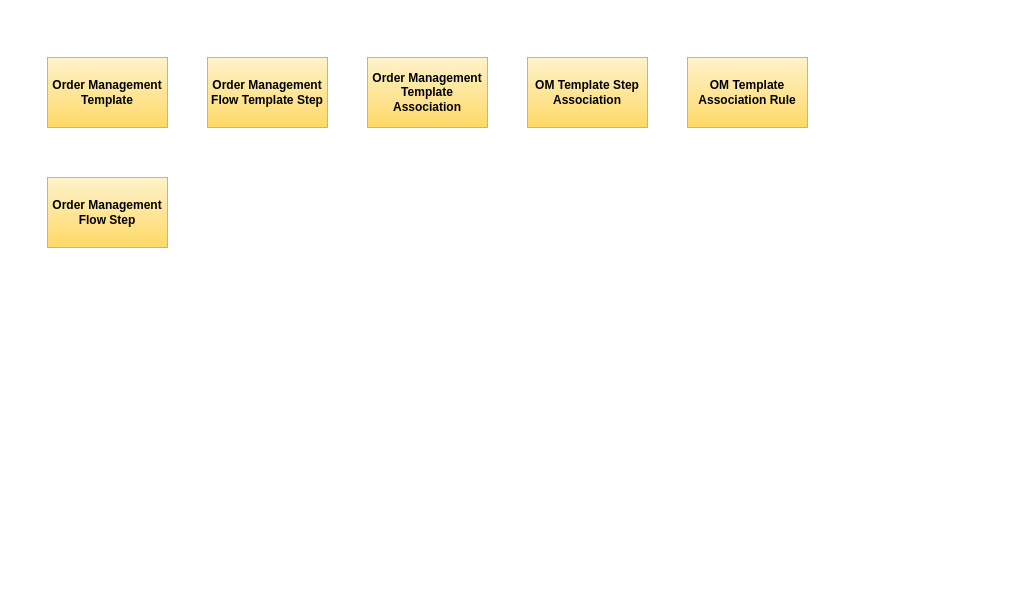
Before: AOP_DM.drawio in Maxxpower/aop_diagrams, a draw.io diagram. Source tidied: cells renumbered, new cells numbered last; positions are measured from the earlier drawing's top-left corner, leaving out a move shared by most shapes. Both pictures are drawn from the tidied source at 100%, with x=0, y=0 at pixel (47, 57).
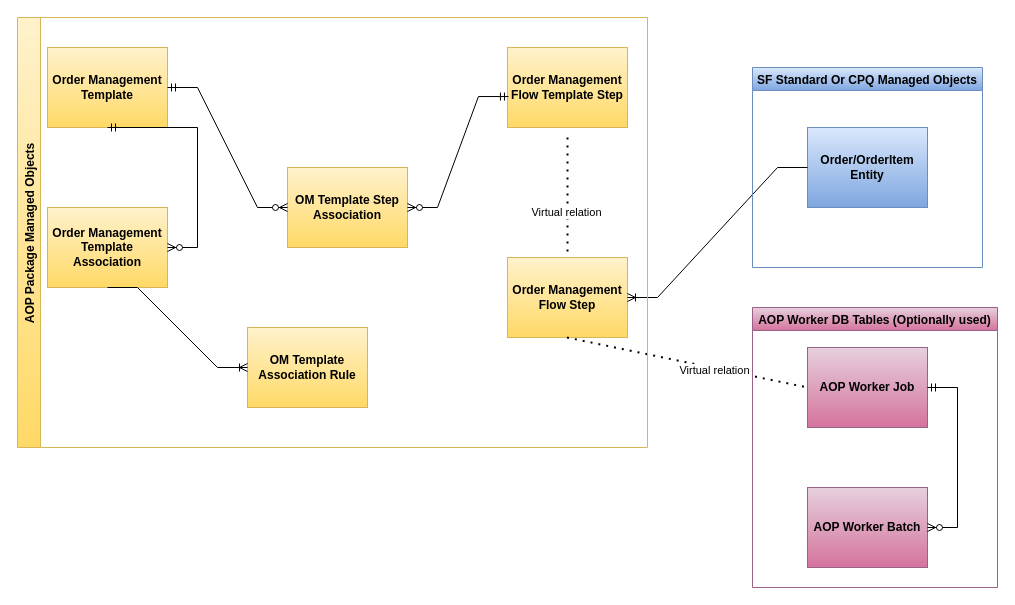
Above is the later version.

Change to the diagram source:
```diff
@@
     <mxCell id="2" value="Order Management Template" style="whiteSpace=wrap;html=1;align=center;fillColor=#fff2cc;gradientColor=#ffd966;strokeColor=#d6b656;fontStyle=1;" parent="1" vertex="1">
-      <mxGeometry width="120" height="70" as="geometry" />
+      <mxGeometry y="-10" width="120" height="80" as="geometry" />
     </mxCell>
     <mxCell id="3" value="Order Management Template Association" style="whiteSpace=wrap;html=1;align=center;fillColor=#fff2cc;gradientColor=#ffd966;strokeColor=#d6b656;fontStyle=1;" parent="1" vertex="1">
-      <mxGeometry x="320" width="120" height="70" as="geometry" />
+      <mxGeometry y="150" width="120" height="80" as="geometry" />
     </mxCell>
     <mxCell id="4" value="OM Template Step Association" style="whiteSpace=wrap;html=1;align=center;fillColor=#fff2cc;gradientColor=#ffd966;strokeColor=#d6b656;fontStyle=1;" parent="1" vertex="1">
-      <mxGeometry x="480" width="120" height="70" as="geometry" />
+      <mxGeometry x="240" y="110" width="120" height="80" as="geometry" />
     </mxCell>
     <mxCell id="5" value="OM Template Association Rule" style="whiteSpace=wrap;html=1;align=center;fillColor=#fff2cc;gradientColor=#ffd966;strokeColor=#d6b656;fontStyle=1;" parent="1" vertex="1">
-      <mxGeometry x="640" width="120" height="70" as="geometry" />
+      <mxGeometry x="200" y="270" width="120" height="80" as="geometry" />
     </mxCell>
     <mxCell id="6" value="Order Management Flow Step" style="whiteSpace=wrap;html=1;align=center;fillColor=#fff2cc;gradientColor=#ffd966;strokeColor=#d6b656;fontStyle=1;" parent="1" vertex="1">
-      <mxGeometry y="120" width="120" height="70" as="geometry" />
+      <mxGeometry x="460" y="200" width="120" height="80" as="geometry" />
     </mxCell>
     <mxCell id="7" value="Order Management Flow Template Step" style="whiteSpace=wrap;html=1;align=center;fillColor=#fff2cc;gradientColor=#ffd966;strokeColor=#d6b656;fontStyle=1;" parent="1" vertex="1">
-      <mxGeometry x="160" width="120" height="70" as="geometry" />
+      <mxGeometry x="460" y="-10" width="120" height="80" as="geometry" />
     </mxCell>
+    <mxCell id="8" style="edgeStyle=entityRelationEdgeStyle;fontSize=12;html=1;endArrow=ERzeroToMany;startArrow=ERmandOne;rounded=0;exitX=0.5;exitY=1;exitDx=0;exitDy=0;" parent="1" edge="1" source="2" target="3">
+      <mxGeometry relative="1" as="geometry" />
+    </mxCell>
+    <mxCell id="9" style="edgeStyle=entityRelationEdgeStyle;fontSize=12;html=1;endArrow=ERoneToMany;rounded=0;entryX=0;entryY=0.5;entryDx=0;entryDy=0;exitX=0.5;exitY=1;exitDx=0;exitDy=0;" parent="1" edge="1" source="3" target="5">
+      <mxGeometry relative="1" as="geometry" />
+    </mxCell>
+    <mxCell id="10" style="edgeStyle=entityRelationEdgeStyle;fontSize=12;html=1;endArrow=ERzeroToMany;startArrow=ERmandOne;rounded=0;exitX=1;exitY=0.5;exitDx=0;exitDy=0;entryX=0;entryY=0.5;entryDx=0;entryDy=0;" parent="1" edge="1" source="2" target="4">
+      <mxGeometry relative="1" as="geometry" />
+    </mxCell>
+    <mxCell id="11" style="edgeStyle=entityRelationEdgeStyle;fontSize=12;html=1;endArrow=ERzeroToMany;startArrow=ERmandOne;rounded=0;exitX=0.008;exitY=0.613;exitDx=0;exitDy=0;exitPerimeter=0;entryX=1;entryY=0.5;entryDx=0;entryDy=0;" parent="1" edge="1" source="7" target="4">
+      <mxGeometry relative="1" as="geometry" />
+    </mxCell>
+    <mxCell id="12" style="endArrow=none;dashed=1;html=1;dashPattern=1 3;strokeWidth=2;rounded=0;entryX=0.5;entryY=0;entryDx=0;entryDy=0;" parent="1" edge="1" target="6">
+      <mxGeometry relative="1" as="geometry">
+        <mxPoint x="520" y="80" as="sourcePoint" />
+      </mxGeometry>
+    </mxCell>
+    <mxCell id="13" value="Virtual relation" style="edgeLabel;html=1;align=center;verticalAlign=middle;" parent="12" vertex="1">
+      <mxGeometry x="0.23" y="-2" relative="1" as="geometry" />
+    </mxCell>
+    <mxCell id="14" value="Order/OrderItem Entity" style="whiteSpace=wrap;html=1;align=center;fillColor=#dae8fc;gradientColor=#7ea6e0;strokeColor=#6c8ebf;fontStyle=1;" parent="1" vertex="1">
+      <mxGeometry x="760" y="70" width="120" height="80" as="geometry" />
+    </mxCell>
+    <mxCell id="15" style="edgeStyle=entityRelationEdgeStyle;fontSize=12;html=1;endArrow=ERoneToMany;rounded=0;entryX=1;entryY=0.5;entryDx=0;entryDy=0;exitX=0;exitY=0.5;exitDx=0;exitDy=0;" parent="1" edge="1" source="14" target="6">
+      <mxGeometry relative="1" as="geometry" />
+    </mxCell>
+    <mxCell id="16" style="endArrow=none;dashed=1;html=1;dashPattern=1 3;strokeWidth=2;rounded=0;entryX=0;entryY=0.5;entryDx=0;entryDy=0;" parent="1" edge="1" target="20">
+      <mxGeometry relative="1" as="geometry">
+        <mxPoint x="519.5" y="280" as="sourcePoint" />
+      </mxGeometry>
+    </mxCell>
+    <mxCell id="17" value="Virtual relation" style="edgeLabel;html=1;align=center;verticalAlign=middle;" parent="16" vertex="1">
+      <mxGeometry x="0.23" y="-2" relative="1" as="geometry" />
+    </mxCell>
+    <mxCell id="18" value="AOP Package Managed Objects" style="swimlane;horizontal=0;fillColor=#fff2cc;gradientColor=#ffd966;strokeColor=#d6b656;" parent="1" vertex="1">
+      <mxGeometry x="-30" y="-40" width="630" height="430" as="geometry" />
+    </mxCell>
+    <mxCell id="19" style="group;" parent="1" vertex="1">
+      <mxGeometry x="760" y="290" width="120" height="220" as="geometry" />
+    </mxCell>
+    <mxCell id="20" value="AOP Worker Job" style="whiteSpace=wrap;html=1;align=center;fontStyle=1;fillColor=#e6d0de;gradientColor=#d5739d;strokeColor=#996185;" parent="19" vertex="1">
+      <mxGeometry width="120" height="80" as="geometry" />
+    </mxCell>
+    <mxCell id="21" value="AOP Worker Batch" style="whiteSpace=wrap;html=1;align=center;fontStyle=1;fillColor=#e6d0de;gradientColor=#d5739d;strokeColor=#996185;" parent="19" vertex="1">
+      <mxGeometry y="140" width="120" height="80" as="geometry" />
+    </mxCell>
+    <mxCell id="22" style="edgeStyle=entityRelationEdgeStyle;fontSize=12;html=1;endArrow=ERzeroToMany;startArrow=ERmandOne;rounded=0;exitX=1;exitY=0.5;exitDx=0;exitDy=0;" parent="19" edge="1" source="20" target="21">
+      <mxGeometry relative="1" as="geometry" />
+    </mxCell>
+    <mxCell id="23" value="SF Standard Or CPQ Managed Objects" style="swimlane;startSize=23;fillColor=#dae8fc;gradientColor=#7ea6e0;strokeColor=#6c8ebf;" parent="1" vertex="1">
+      <mxGeometry x="705" y="10" width="230" height="200" as="geometry" />
+    </mxCell>
+    <mxCell id="24" value="AOP Worker DB Tables (Optionally used)" style="swimlane;fillColor=#e6d0de;gradientColor=#d5739d;strokeColor=#996185;" parent="1" vertex="1">
+      <mxGeometry x="705" y="250" width="245" height="280" as="geometry" />
+    </mxCell>
```
